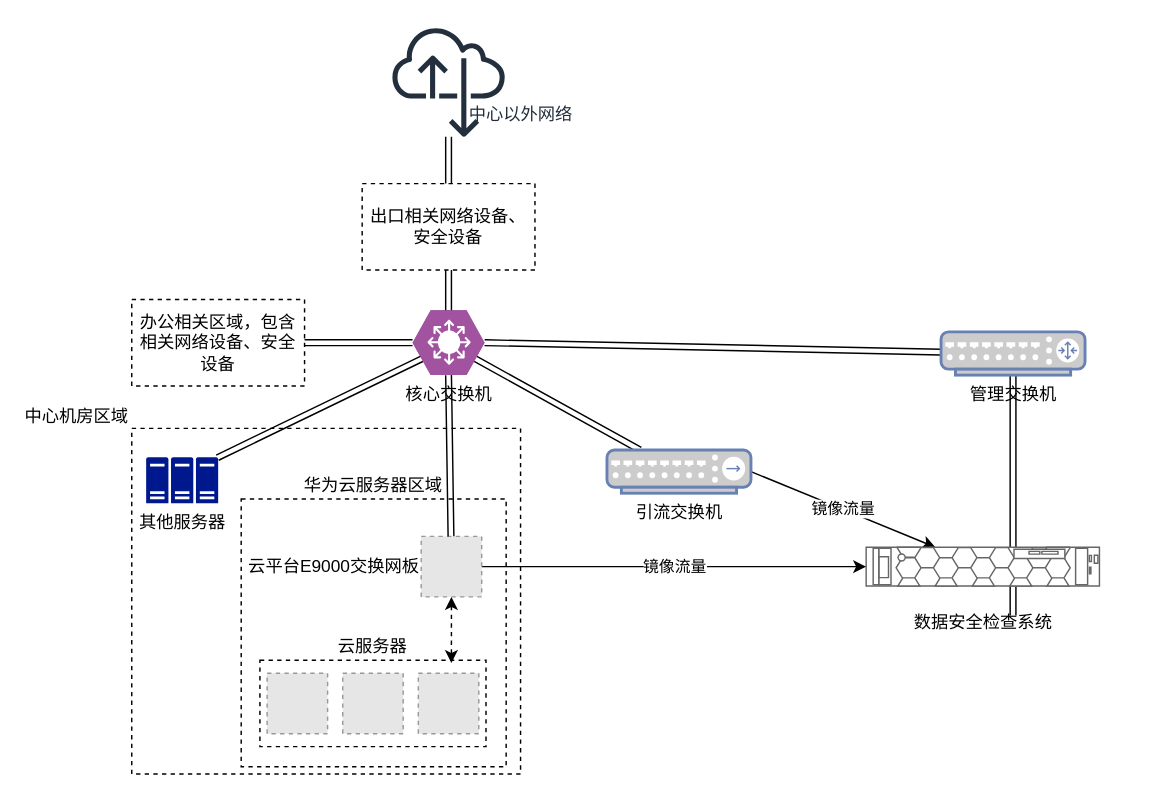
Above: 未命名绘图.drawio in xyer-yu/test (draw.io), before the change. Source tidied: cells renumbered, new cells numbered last; positions are measured from the earlier drawing's top-left corner, leaving out a move shared by most shapes. Both pictures are drawn from the tidied source at 144%, with x=0, y=0 at pixel (131, 24). Pictures stored in the file or linked from it are replaced by grey dashed boxes.
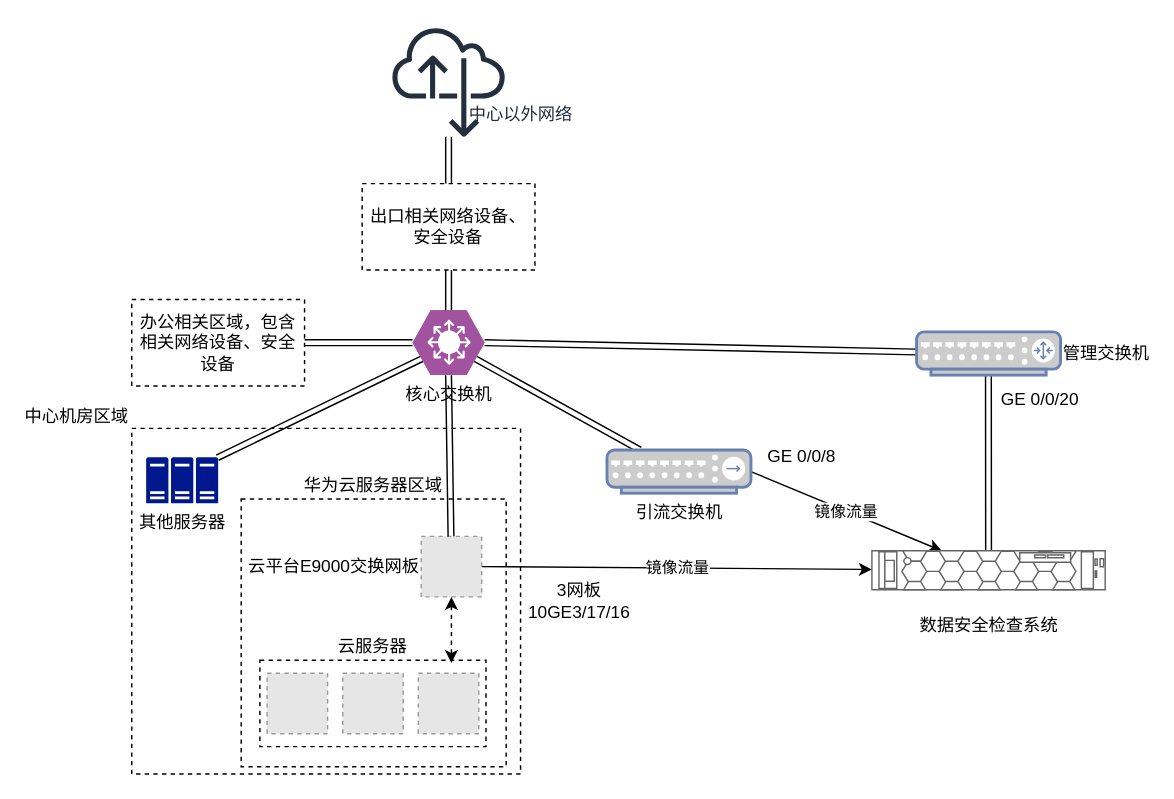
The same diagram, later.

Commit message:
更新未命名绘图.drawio

The edit, as a diff of the source:
```diff
@@
-    <mxCell id="12" style="edgeStyle=none;rounded=0;jettySize=auto;html=1;shape=link;" parent="1" edge="1" source="13">
+    <mxCell id="12" style="edgeStyle=none;rounded=0;jettySize=auto;html=1;shape=link;" parent="1" edge="1" target="18">
       <mxGeometry relative="1" as="geometry">
-        <mxPoint x="612" y="410" as="targetPoint" />
+        <mxPoint x="594.9" y="243" as="sourcePoint" />
       </mxGeometry>
     </mxCell>
-    <mxCell id="13" value="&lt;font color=&quot;#000000&quot;&gt;管理交换机&lt;/font&gt;" style="fontColor=#0066CC;verticalAlign=top;verticalLabelPosition=bottom;labelPosition=center;align=center;html=1;outlineConnect=0;fillColor=#CCCCCC;strokeColor=#6881B3;gradientColor=none;gradientDirection=north;strokeWidth=2;shape=mxgraph.networks.router;" parent="1" vertex="1">
-      <mxGeometry x="562" y="213" width="100" height="30" as="geometry" />
+    <mxCell id="13" value="&lt;font color=&quot;#000000&quot;&gt;管理交换机&lt;/font&gt;" style="fontColor=#0066CC;verticalAlign=middle;verticalLabelPosition=middle;labelPosition=right;align=left;html=1;outlineConnect=0;fillColor=#CCCCCC;strokeColor=#6881B3;gradientColor=none;gradientDirection=north;strokeWidth=2;shape=mxgraph.networks.router;" parent="1" vertex="1">
+      <mxGeometry x="545" y="213" width="100" height="30" as="geometry" />
     </mxCell>
@@
     <mxCell id="18" value="&lt;p style=&quot;line-height: 100%;&quot;&gt;数据安全检查系统&lt;br&gt;&lt;/p&gt;" style="strokeColor=#666666;html=1;labelPosition=center;align=center;spacingLeft=0;shadow=0;dashed=0;outlineConnect=0;shape=mxgraph.rack.dell.poweredge_r540;verticalLabelPosition=bottom;verticalAlign=top;" parent="1" vertex="1">
-      <mxGeometry x="510" y="362.5" width="162" height="27" as="geometry" />
+      <mxGeometry x="514" y="365" width="162" height="27" as="geometry" />
     </mxCell>
@@
+    <mxCell id="28" value="3网板 10GE3/17/16" style="rounded=0;whiteSpace=wrap;html=1;strokeColor=none;" parent="1" vertex="1">
+      <mxGeometry x="277" y="381" width="68" height="38" as="geometry" />
+    </mxCell>
+    <mxCell id="29" value="GE 0/0/8" style="rounded=0;whiteSpace=wrap;html=1;strokeColor=none;" parent="1" vertex="1">
+      <mxGeometry x="440" y="286" width="51" height="27" as="geometry" />
+    </mxCell>
+    <mxCell id="30" value="GE 0/0/20" style="rounded=0;whiteSpace=wrap;html=1;fillColor=none;strokeColor=none;" parent="1" vertex="1">
+      <mxGeometry x="600" y="250.5" width="62" height="19" as="geometry" />
+    </mxCell>
```
